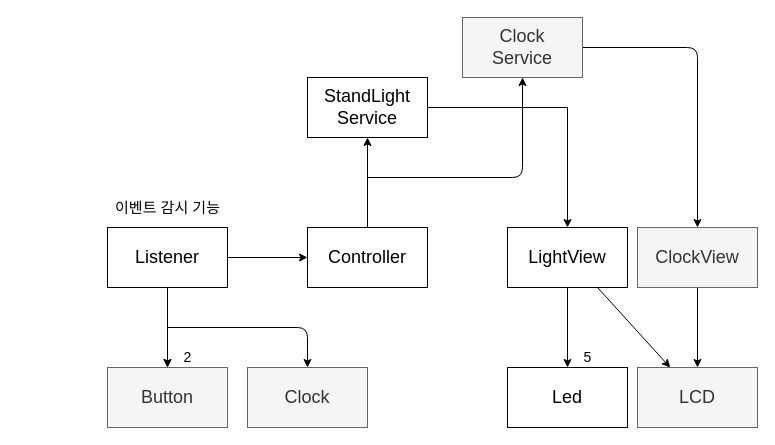
Above: page "페이지-1" (1 of 2) of sw_design/architecture.drawio in KangSY96/StandLight_Clock (draw.io), before the change. Source tidied: cells renumbered, new cells numbered last; positions are measured from the earlier drawing's top-left corner, leaving out a move shared by most shapes. Both pictures are drawn from the tidied source at 100%, with x=0, y=0 at pixel (102, 17).
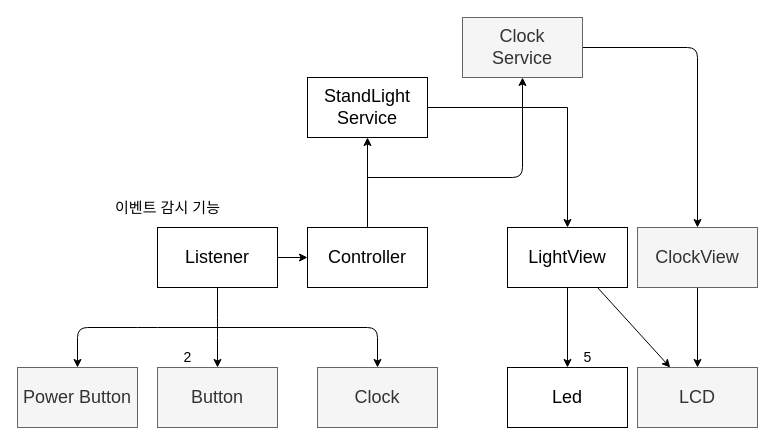
The same diagram, later.

What changed in the source:
```diff
@@
     <mxCell id="2" value="Button" style="whiteSpace=wrap;html=1;fontSize=18;fillColor=#f5f5f5;fontColor=#333333;strokeColor=#666666;" parent="1" vertex="1">
-      <mxGeometry x="5" y="350" width="120" height="60" as="geometry" />
+      <mxGeometry x="55" y="350" width="120" height="60" as="geometry" />
     </mxCell>
-    <mxCell id="3" style="edgeStyle=none;html=1;fontSize=18;" parent="1" edge="1" source="5" target="2">
+    <mxCell id="3" style="edgeStyle=none;html=1;fontSize=18;entryX=0.5;entryY=0;entryDx=0;entryDy=0;" parent="1" edge="1" target="26">
       <mxGeometry relative="1" as="geometry">
+        <mxPoint x="115" y="310" as="sourcePoint" />
         <Array as="points">
-          <mxPoint x="65" y="310" />
+          <mxPoint x="45" y="310" />
+          <mxPoint x="-25" y="310" />
         </Array>
       </mxGeometry>
     </mxCell>
@@
     <mxCell id="5" value="Listener" style="whiteSpace=wrap;html=1;fontSize=18;" parent="1" vertex="1">
-      <mxGeometry x="5" y="210" width="120" height="60" as="geometry" />
+      <mxGeometry x="55" y="210" width="120" height="60" as="geometry" />
     </mxCell>
@@
     <mxCell id="23" value="Clock" style="whiteSpace=wrap;html=1;fontSize=18;fillColor=#f5f5f5;fontColor=#333333;strokeColor=#666666;" parent="1" vertex="1">
-      <mxGeometry x="145" y="350" width="120" height="60" as="geometry" />
+      <mxGeometry x="215" y="350" width="120" height="60" as="geometry" />
     </mxCell>
     <mxCell id="24" style="edgeStyle=none;html=1;fontSize=18;" parent="1" edge="1" source="5" target="2">
       <mxGeometry relative="1" as="geometry">
         <Array as="points">
-          <mxPoint x="65" y="310" />
+          <mxPoint x="115" y="310" />
         </Array>
       </mxGeometry>
     </mxCell>
     <mxCell id="25" style="endArrow=classic;html=1;fontSize=14;entryX=0.5;entryY=0;entryDx=0;entryDy=0;" parent="1" edge="1" target="23">
       <mxGeometry relative="1" as="geometry">
-        <mxPoint x="65" y="310" as="sourcePoint" />
+        <mxPoint x="115" y="310" as="sourcePoint" />
         <Array as="points">
-          <mxPoint x="205" y="310" />
+          <mxPoint x="275" y="310" />
         </Array>
       </mxGeometry>
     </mxCell>
+    <mxCell id="26" value="Power Button" style="whiteSpace=wrap;html=1;fontSize=18;fillColor=#f5f5f5;fontColor=#333333;strokeColor=#666666;" parent="1" vertex="1">
+      <mxGeometry x="-85" y="350" width="120" height="60" as="geometry" />
+    </mxCell>
```
